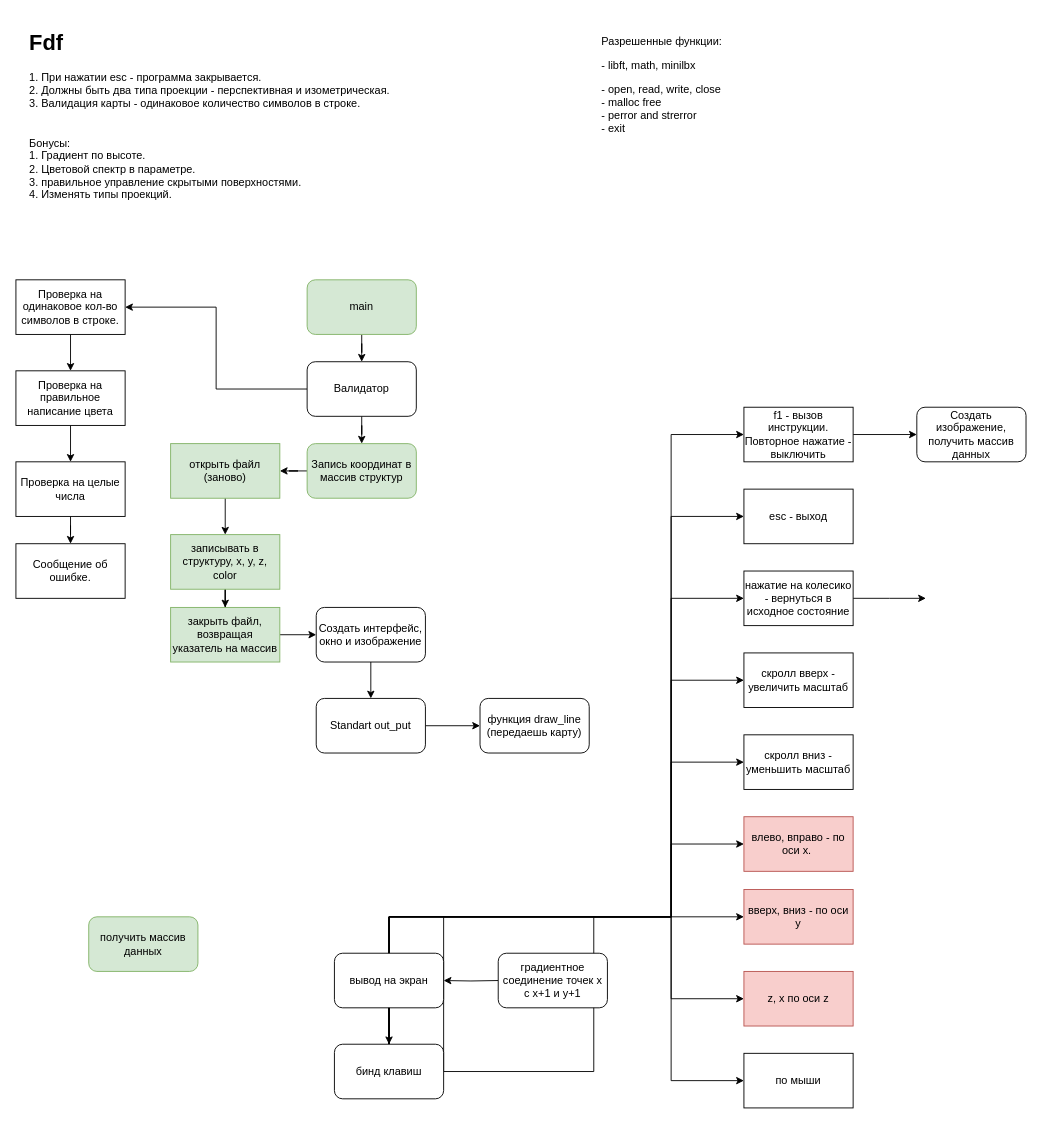
Before: map.drawio in Yaroslew/Fdf, a draw.io diagram. Source tidied: cells renumbered, new cells numbered last; positions are measured from the earlier drawing's top-left corner, leaving out a move shared by most shapes. Both pictures are drawn from the tidied source at 91%, with x=0, y=0 at pixel (15, 15).
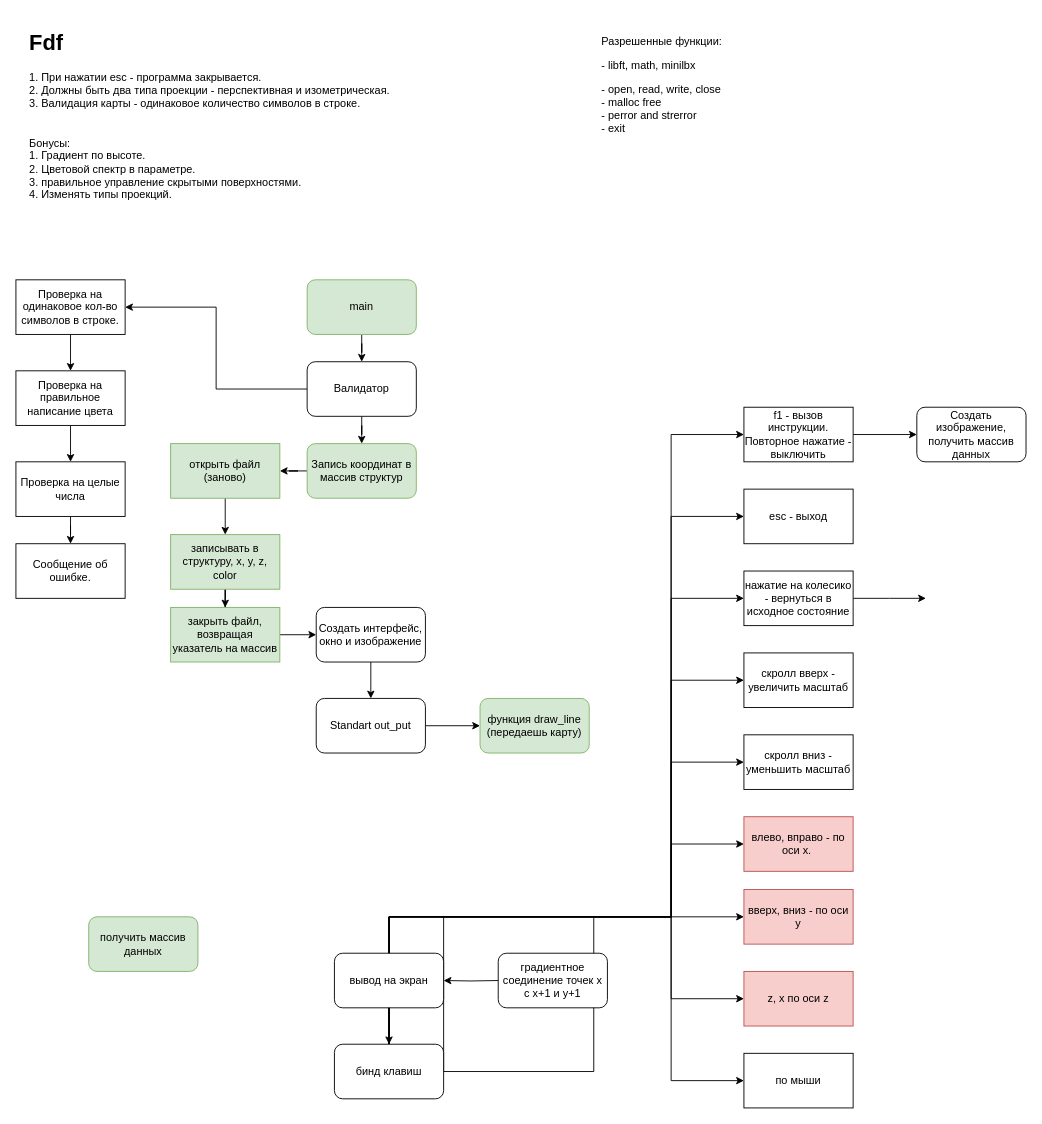
The same diagram, later.

What changed in the source:
```diff
@@
-    <mxCell id="44" value="функция draw_line (передаешь карту)" style="rounded=1;whiteSpace=wrap;html=1;" parent="1" vertex="1">
+    <mxCell id="44" value="функция draw_line (передаешь карту)" style="rounded=1;whiteSpace=wrap;html=1;fillColor=#d5e8d4;strokeColor=#82b366;" parent="1" vertex="1">
       <mxGeometry x="510" y="750" width="120" height="60" as="geometry" />
     </mxCell>
```
